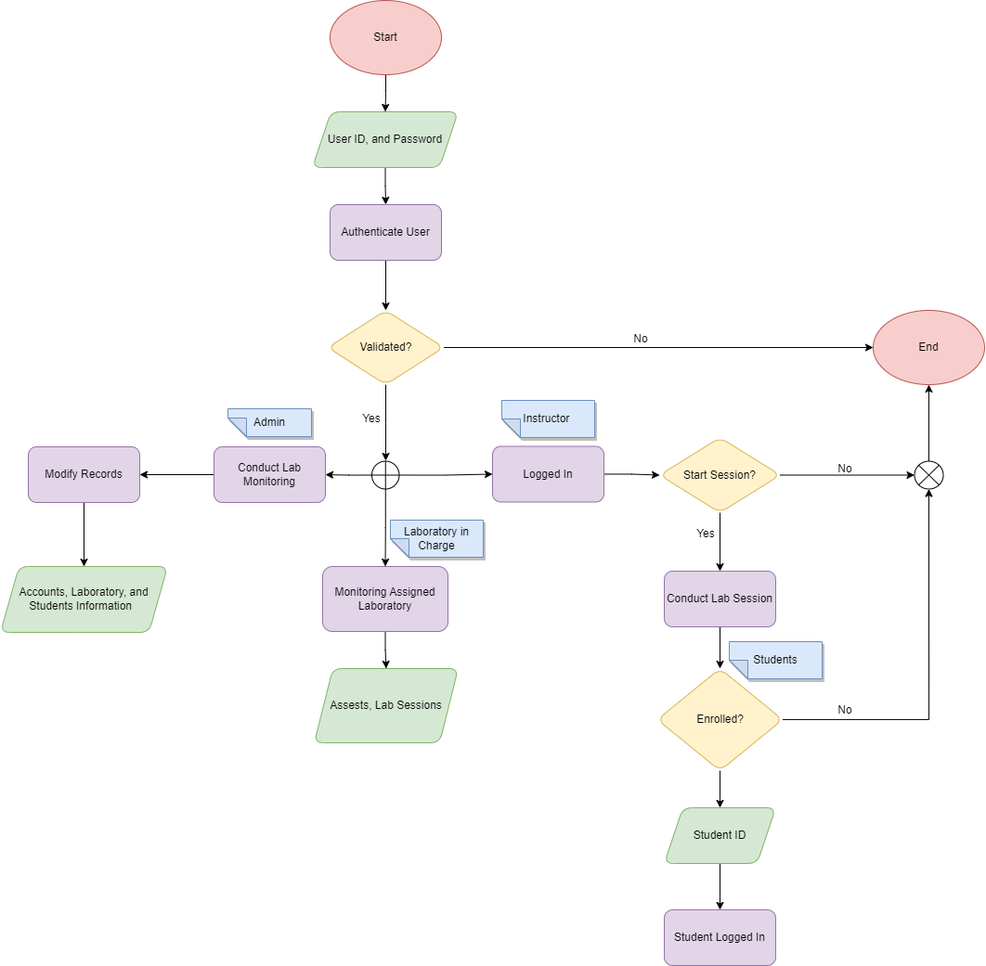
Before: Heirarchy of Project Modules/LabSystem_Flowchart.drawio.png, a diagram exported from draw.io (kaisunoo/Acads). Source tidied: cells renumbered, new cells last; positions are measured from the earlier drawing's top-left corner, leaving out a move shared by most shapes.
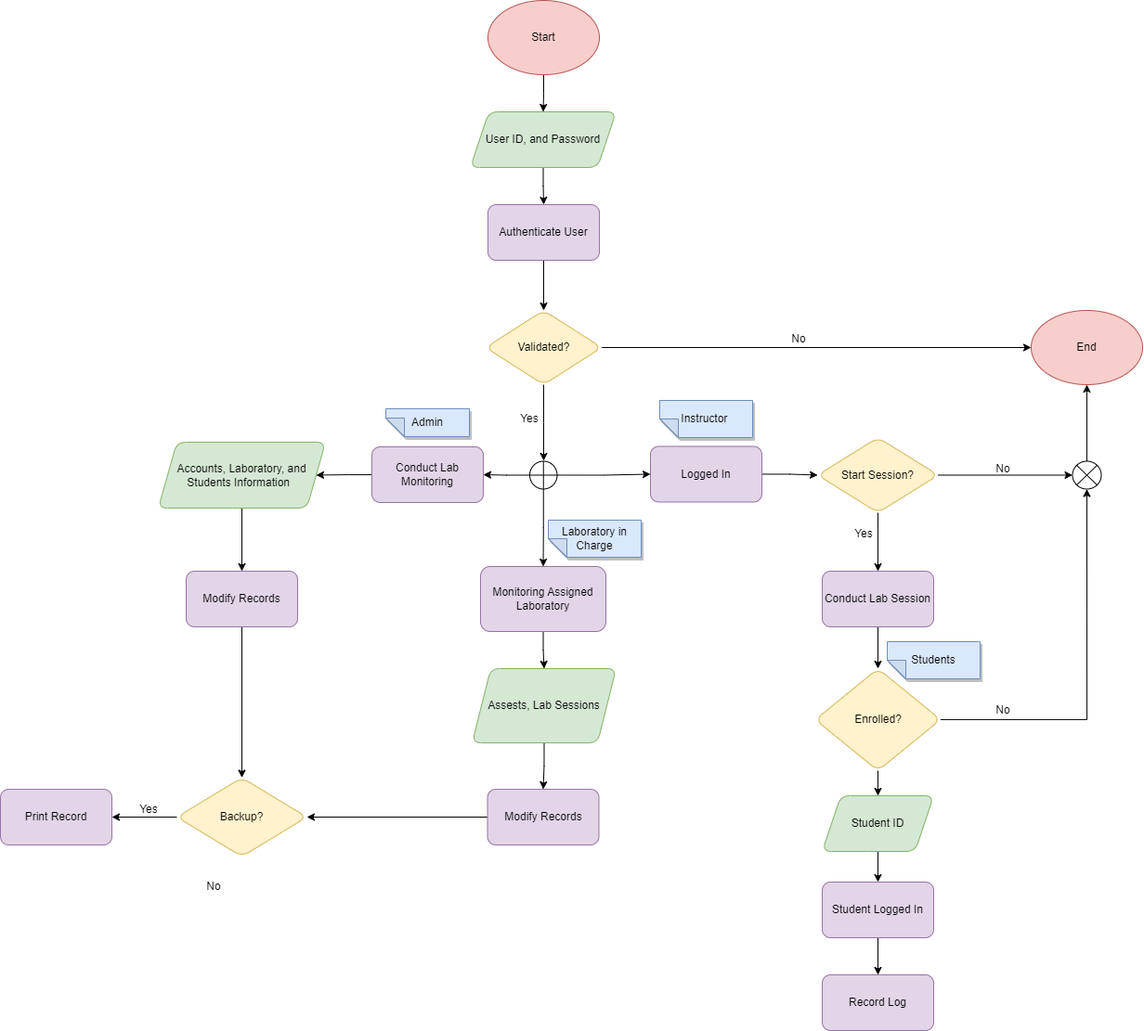
Later version of the same file.

The edit, as a diff of the source:
```diff
@@ -43,10 +43,10 @@
     <mxCell id="14" style="edgeStyle=orthogonalEdgeStyle;rounded=0;jettySize=auto;html=1;exitX=1;exitY=0.5;exitDx=0;exitDy=0;exitPerimeter=0;" parent="1" edge="1" source="43" target="23">
       <mxGeometry relative="1" as="geometry" />
     </mxCell>
-    <mxCell id="15" style="edgeStyle=orthogonalEdgeStyle;rounded=0;jettySize=auto;html=1;exitX=0.5;exitY=1;exitDx=0;exitDy=0;entryX=0.5;entryY=0;entryDx=0;entryDy=0;" parent="1" edge="1" source="48" target="26">
+    <mxCell id="15" style="edgeStyle=orthogonalEdgeStyle;rounded=0;jettySize=auto;html=1;exitX=0.5;exitY=1;exitDx=0;exitDy=0;entryX=0.5;entryY=0;entryDx=0;entryDy=0;" parent="1" edge="1" source="26" target="48">
       <mxGeometry relative="1" as="geometry" />
     </mxCell>
-    <mxCell id="16" style="edgeStyle=orthogonalEdgeStyle;rounded=0;jettySize=auto;html=1;" parent="1" edge="1" source="17" target="48">
+    <mxCell id="16" style="edgeStyle=orthogonalEdgeStyle;rounded=0;jettySize=auto;html=1;entryX=1;entryY=0.5;entryDx=0;entryDy=0;" parent="1" edge="1" source="17" target="26">
       <mxGeometry relative="1" as="geometry" />
     </mxCell>
     <mxCell id="17" value="Conduct Lab Monitoring" style="whiteSpace=wrap;html=1;rounded=1;fillColor=#e1d5e7;strokeColor=#9673a6;" parent="1" vertex="1">
@@ -73,11 +73,14 @@
     <mxCell id="24" value="Instructor&amp;nbsp;" style="shape=note;whiteSpace=wrap;html=1;backgroundOutline=1;darkOpacity=0.05;fillColor=#dae8fc;strokeColor=#6c8ebf;fillStyle=solid;direction=west;gradientDirection=north;shadow=1;size=20;" parent="1" vertex="1">
       <mxGeometry x="540" y="431" width="100" height="40" as="geometry" />
     </mxCell>
+    <mxCell id="49" style="edgeStyle=orthogonalEdgeStyle;rounded=0;jettySize=auto;html=1;exitX=0.5;exitY=1;exitDx=0;exitDy=0;entryX=0.5;entryY=0;entryDx=0;entryDy=0;" parent="1" edge="1" source="25" target="55">
+      <mxGeometry relative="1" as="geometry" />
+    </mxCell>
     <mxCell id="25" value="Assests, Lab Sessions" style="shape=parallelogram;perimeter=parallelogramPerimeter;whiteSpace=wrap;html=1;fixedSize=1;rounded=1;fillColor=#d5e8d4;strokeColor=#82b366;" parent="1" vertex="1">
       <mxGeometry x="338" y="720" width="155" height="80" as="geometry" />
     </mxCell>
     <mxCell id="26" value="Accounts, Laboratory, and Students Information&amp;nbsp;&amp;nbsp;" style="shape=parallelogram;perimeter=parallelogramPerimeter;whiteSpace=wrap;html=1;fixedSize=1;rounded=1;fillColor=#d5e8d4;strokeColor=#82b366;" parent="1" vertex="1">
-      <mxGeometry y="610" width="180" height="71" as="geometry" />
+      <mxGeometry y="476" width="180" height="71" as="geometry" />
     </mxCell>
     <mxCell id="27" style="edgeStyle=orthogonalEdgeStyle;rounded=0;jettySize=auto;html=1;exitX=1;exitY=0.5;exitDx=0;exitDy=0;entryX=0;entryY=0.5;entryDx=0;entryDy=0;entryPerimeter=0;" parent="1" edge="1" source="29" target="45">
       <mxGeometry relative="1" as="geometry" />
@@ -104,7 +107,7 @@
       <mxGeometry relative="1" as="geometry" />
     </mxCell>
     <mxCell id="35" value="Student ID" style="shape=parallelogram;perimeter=parallelogramPerimeter;whiteSpace=wrap;html=1;fixedSize=1;rounded=1;fillColor=#d5e8d4;strokeColor=#82b366;" parent="1" vertex="1">
-      <mxGeometry x="715" y="870" width="120" height="60" as="geometry" />
+      <mxGeometry x="715" y="857" width="120" height="60" as="geometry" />
     </mxCell>
     <mxCell id="36" value="Students" style="shape=note;whiteSpace=wrap;html=1;backgroundOutline=1;darkOpacity=0.05;fillColor=#dae8fc;strokeColor=#6c8ebf;fillStyle=solid;direction=west;gradientDirection=north;shadow=1;size=20;" parent="1" vertex="1">
       <mxGeometry x="785" y="691" width="100" height="40" as="geometry" />
@@ -115,8 +118,11 @@
     <mxCell id="38" value="No" style="text;strokeColor=none;align=center;fillColor=none;html=1;verticalAlign=middle;whiteSpace=wrap;rounded=0;" parent="1" vertex="1">
       <mxGeometry x="880" y="490" width="60" height="30" as="geometry" />
     </mxCell>
+    <mxCell id="50" style="edgeStyle=orthogonalEdgeStyle;rounded=0;jettySize=auto;html=1;" parent="1" edge="1" source="39" target="59">
+      <mxGeometry relative="1" as="geometry" />
+    </mxCell>
     <mxCell id="39" value="Student Logged In" style="whiteSpace=wrap;html=1;rounded=1;fillColor=#e1d5e7;strokeColor=#9673a6;" parent="1" vertex="1">
-      <mxGeometry x="715" y="980" width="120" height="60" as="geometry" />
+      <mxGeometry x="715" y="950" width="120" height="60" as="geometry" />
     </mxCell>
     <mxCell id="40" style="edgeStyle=orthogonalEdgeStyle;rounded=0;jettySize=auto;html=1;exitX=0.5;exitY=1;exitDx=0;exitDy=0;entryX=0.5;entryY=0;entryDx=0;entryDy=0;" parent="1" edge="1" source="41" target="35">
       <mxGeometry relative="1" as="geometry" />
@@ -144,8 +150,35 @@
     <mxCell id="47" value="No" style="text;strokeColor=none;align=center;fillColor=none;html=1;verticalAlign=middle;whiteSpace=wrap;rounded=0;" parent="1" vertex="1">
       <mxGeometry x="880" y="750" width="60" height="30" as="geometry" />
     </mxCell>
+    <mxCell id="51" style="edgeStyle=orthogonalEdgeStyle;rounded=0;jettySize=auto;html=1;" parent="1" edge="1" source="48" target="53">
+      <mxGeometry relative="1" as="geometry" />
+    </mxCell>
     <mxCell id="48" value="Modify Records" style="whiteSpace=wrap;html=1;rounded=1;fillColor=#e1d5e7;strokeColor=#9673a6;" parent="1" vertex="1">
-      <mxGeometry x="30" y="481" width="120" height="60" as="geometry" />
+      <mxGeometry x="30" y="615" width="120" height="60" as="geometry" />
     </mxCell>
+    <mxCell id="52" style="edgeStyle=orthogonalEdgeStyle;rounded=0;jettySize=auto;html=1;" parent="1" edge="1" source="53" target="56">
+      <mxGeometry relative="1" as="geometry" />
+    </mxCell>
+    <mxCell id="53" value="Backup?" style="rhombus;whiteSpace=wrap;html=1;fillColor=#fff2cc;strokeColor=#d6b656;rounded=1;" parent="1" vertex="1">
+      <mxGeometry x="20" y="837.5" width="140" height="85" as="geometry" />
+    </mxCell>
+    <mxCell id="54" style="edgeStyle=orthogonalEdgeStyle;rounded=0;jettySize=auto;html=1;exitX=0;exitY=0.5;exitDx=0;exitDy=0;entryX=1;entryY=0.5;entryDx=0;entryDy=0;" parent="1" edge="1" source="55" target="53">
+      <mxGeometry relative="1" as="geometry" />
+    </mxCell>
+    <mxCell id="55" value="Modify Records" style="whiteSpace=wrap;html=1;rounded=1;fillColor=#e1d5e7;strokeColor=#9673a6;" parent="1" vertex="1">
+      <mxGeometry x="354.5" y="850" width="120" height="60" as="geometry" />
+    </mxCell>
+    <mxCell id="56" value="Print Record" style="whiteSpace=wrap;html=1;fillColor=#e1d5e7;strokeColor=#9673a6;rounded=1;" parent="1" vertex="1">
+      <mxGeometry x="-170" y="850" width="120" height="60" as="geometry" />
+    </mxCell>
+    <mxCell id="57" value="Yes" style="text;strokeColor=none;align=center;fillColor=none;html=1;verticalAlign=middle;whiteSpace=wrap;rounded=0;" parent="1" vertex="1">
+      <mxGeometry x="-40" y="857" width="60" height="30" as="geometry" />
+    </mxCell>
+    <mxCell id="58" value="No" style="text;strokeColor=none;align=center;fillColor=none;html=1;verticalAlign=middle;whiteSpace=wrap;rounded=0;" parent="1" vertex="1">
+      <mxGeometry x="30" y="940" width="60" height="30" as="geometry" />
+    </mxCell>
+    <mxCell id="59" value="Record Log" style="whiteSpace=wrap;html=1;fillColor=#e1d5e7;strokeColor=#9673a6;rounded=1;" parent="1" vertex="1">
+      <mxGeometry x="715" y="1050" width="120" height="60" as="geometry" />
+    </mxCell>
   </root>
 </mxGraphModel>
```
